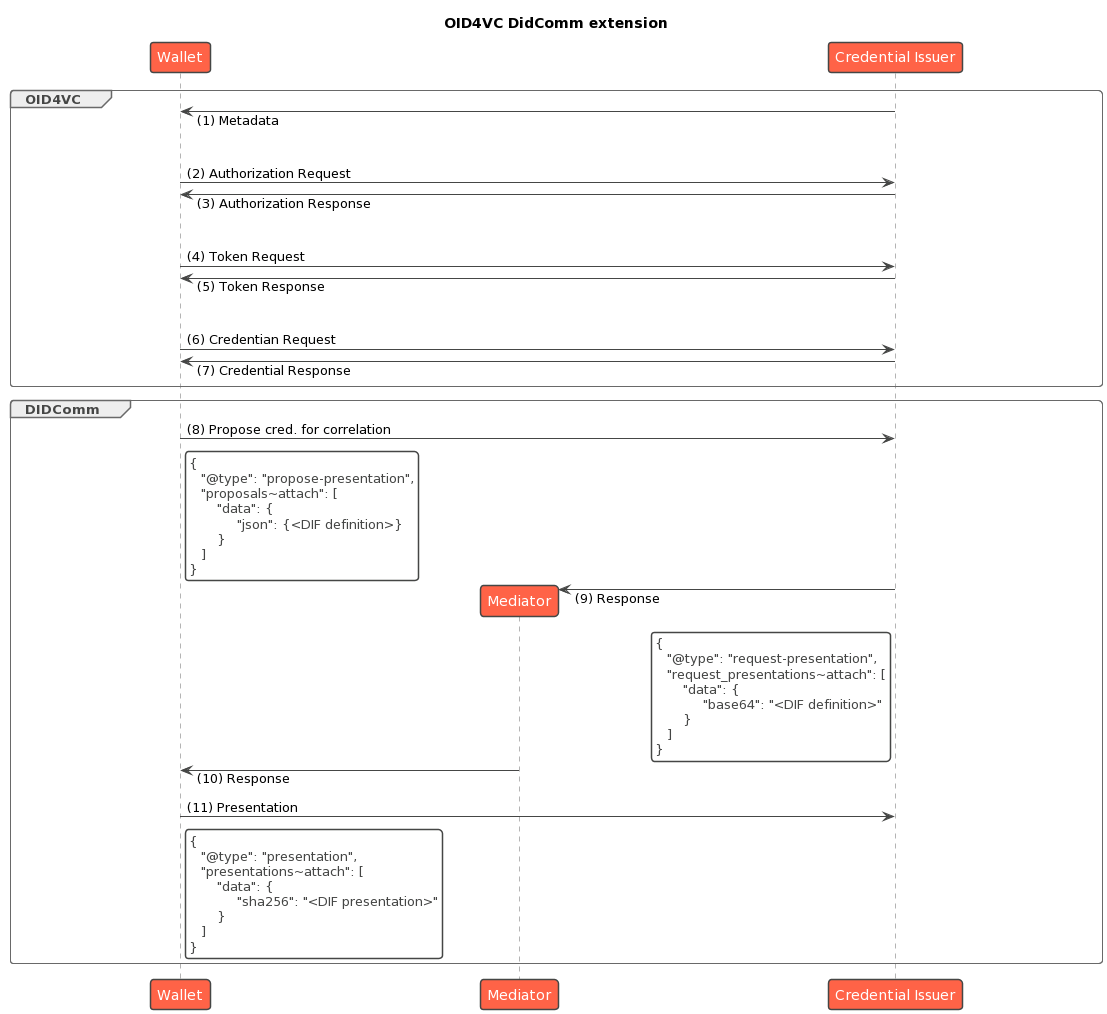
Above: Diagramme/oid4vc_didcomm_postconnection.png in IDunion/OpenIDIDComm (PlantUML), before the change.
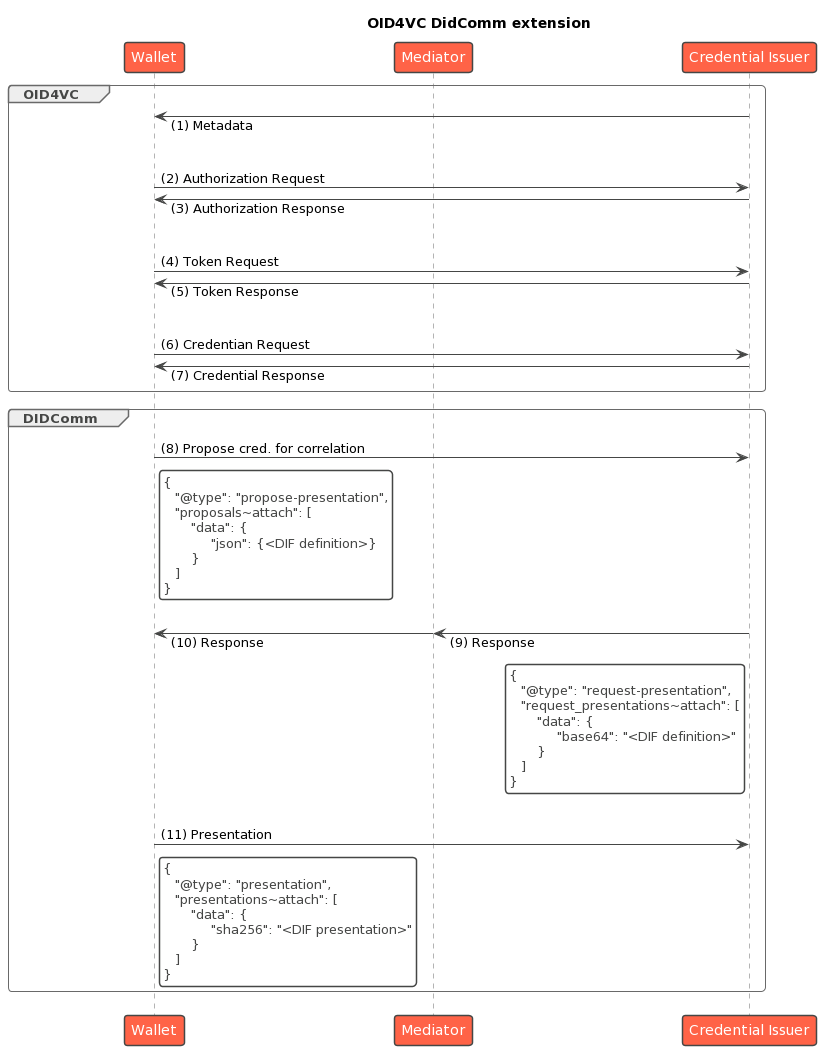
After the change.

What changed in the source:
```diff
@@ -1,9 +1,12 @@
 @startuml
 !theme vibrant
+!pragma teoz true
+
 title "OID4VC DidComm extension"
 participant Wallet order 1
+participant Mediator order 2
 participant "Credential Issuer" as CI order 3
-skinparam ParticipantPadding 130
+skinparam ParticipantPadding 100
 
 autonumber "(0)"
 group OID4VC
@@ -35,9 +38,9 @@
    ]
 }
 end rnote
-
-create participant Mediator order 2
+|||
 CI -> Mediator: Response
+& Mediator -> Wallet: Response
 rnote left of CI #FFFFFF
 {
    "@type": "request-presentation",
@@ -48,8 +51,7 @@
    ]
 }
 end rnote
-
-Mediator -> Wallet: Response
+|||
 Wallet -> CI: Presentation
 rnote right of Wallet #FFFFFF
 {
```
